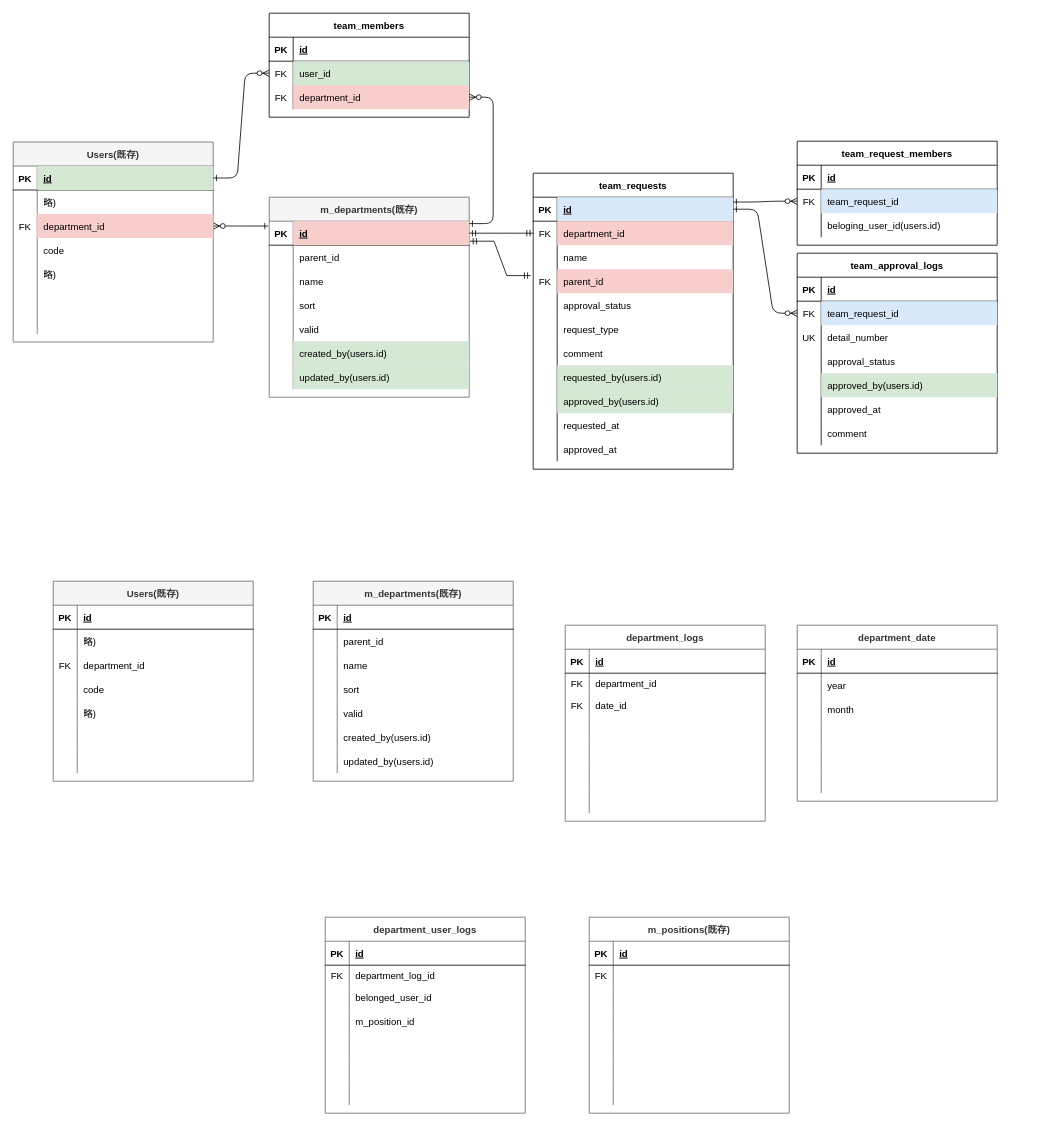
Above: rose.drawio in satohirok/twitter_clone_ER (draw.io), before the change. Source tidied: cells renumbered, new cells numbered last; positions are measured from the earlier drawing's top-left corner, leaving out a move shared by most shapes. Both pictures are drawn from the tidied source at 80%, with x=0, y=0 at pixel (13, -35).
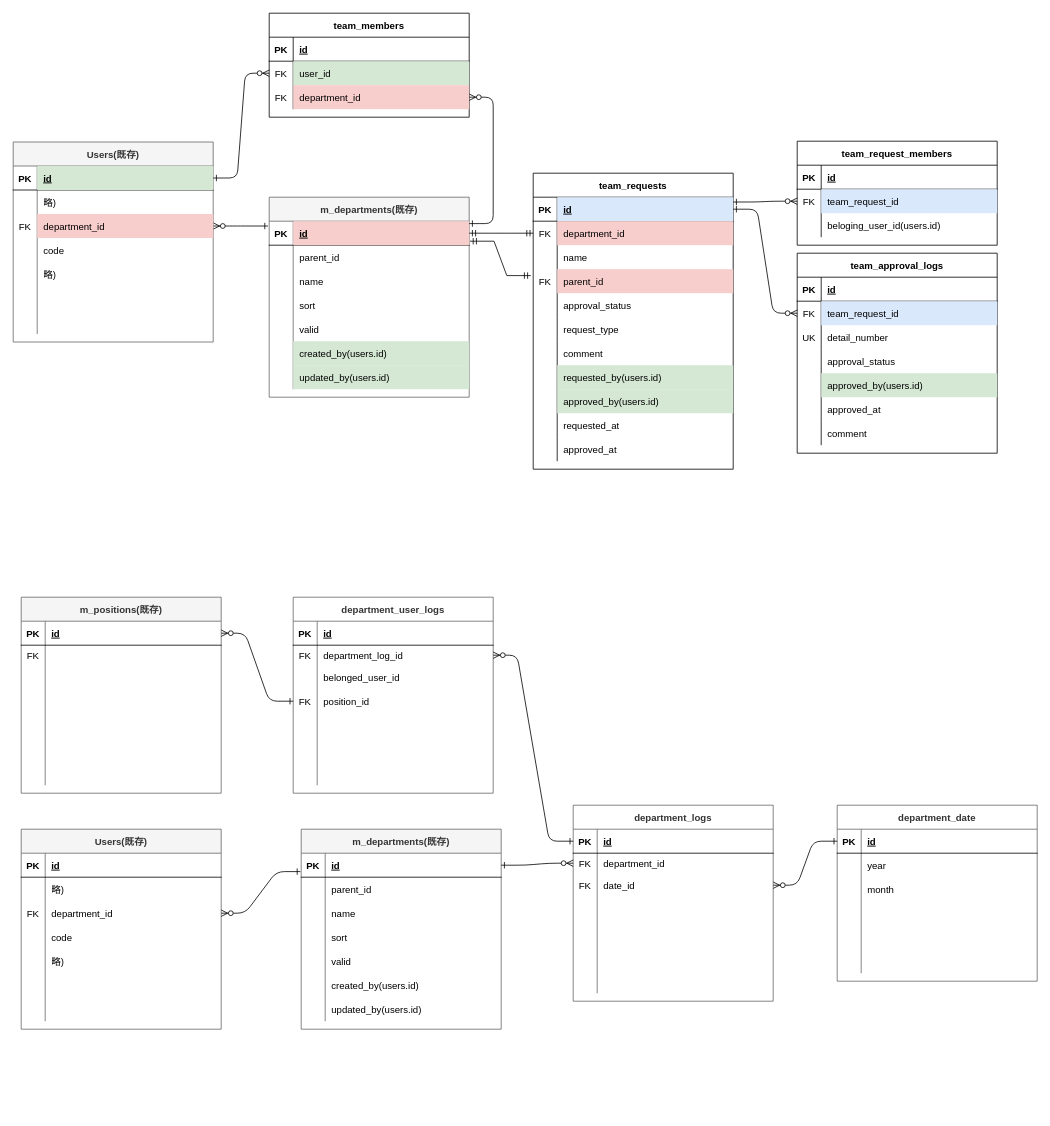
The same page after the edit.

Commit message (it also covers changes not shown here):
rose.drawio を更新します

Unchanged cells that the change refers to:
```xml
<mxCell id="130" style="shape=partialRectangle;fillColor=none;points=[[0,0.5],[1,0.5]];portConstraint=eastwest;top=0;left=0;right=0;bottom=1;" parent="129" vertex="1">
  <mxGeometry y="30" width="250" height="30" as="geometry" />
</mxCell>
<mxCell id="133" style="shape=partialRectangle;fillColor=none;points=[[0,0.5],[1,0.5]];portConstraint=eastwest;top=0;left=0;right=0;bottom=0;" parent="129" vertex="1">
  <mxGeometry y="60" width="250" height="25" as="geometry" />
</mxCell>
<mxCell id="136" style="shape=partialRectangle;fillColor=none;points=[[0,0.5],[1,0.5]];portConstraint=eastwest;top=0;left=0;right=0;bottom=0;" parent="129" vertex="1">
  <mxGeometry y="85" width="250" height="30" as="geometry" />
</mxCell>
<mxCell id="152" style="shape=partialRectangle;fillColor=none;points=[[0,0.5],[1,0.5]];portConstraint=eastwest;top=0;left=0;right=0;bottom=1;" parent="151" vertex="1">
  <mxGeometry y="30" width="250" height="30" as="geometry" />
</mxCell>
<mxCell id="174" style="shape=partialRectangle;fillColor=none;points=[[0,0.5],[1,0.5]];portConstraint=eastwest;top=0;left=0;right=0;bottom=0;" parent="170" vertex="1">
  <mxGeometry y="60" width="250" height="25" as="geometry" />
</mxCell>
<mxCell id="180" style="shape=partialRectangle;fillColor=none;points=[[0,0.5],[1,0.5]];portConstraint=eastwest;top=0;left=0;right=0;bottom=0;" parent="170" vertex="1">
  <mxGeometry y="115" width="250" height="30" as="geometry" />
</mxCell>
<mxCell id="193" style="shape=partialRectangle;fillColor=none;points=[[0,0.5],[1,0.5]];portConstraint=eastwest;top=0;left=0;right=0;bottom=1;" parent="192" vertex="1">
  <mxGeometry y="30" width="250" height="30" as="geometry" />
</mxCell>
<mxCell id="221" style="shape=partialRectangle;fillColor=none;points=[[0,0.5],[1,0.5]];portConstraint=eastwest;top=0;left=0;right=0;bottom=0;" parent="214" vertex="1">
  <mxGeometry y="90" width="250" height="30" as="geometry" />
</mxCell>
<mxCell id="237" style="shape=partialRectangle;fillColor=none;points=[[0,0.5],[1,0.5]];portConstraint=eastwest;top=0;left=0;right=0;bottom=1;" parent="236" vertex="1">
  <mxGeometry y="30" width="250" height="30" as="geometry" />
</mxCell>
```

Change to the diagram source:
```diff
@@
     <mxCell id="129" value="department_logs" style="shape=table;startSize=30;childLayout=tableLayout;rowLines=0;fontStyle=1;align=center;fillColor=none;fontColor=#333333;strokeColor=#666666;" parent="1" vertex="1">
-      <mxGeometry x="690" y="825" width="250" height="245" as="geometry" />
+      <mxGeometry x="700" y="1050" width="250" height="245" as="geometry" />
     </mxCell>
@@
     <mxCell id="151" value="department_date" style="shape=table;startSize=30;childLayout=tableLayout;rowLines=0;fontStyle=1;align=center;fillColor=none;fontColor=#333333;strokeColor=#666666;" parent="1" vertex="1">
-      <mxGeometry x="980" y="825" width="250" height="220" as="geometry" />
+      <mxGeometry x="1030" y="1050" width="250" height="220" as="geometry" />
     </mxCell>
@@
     <mxCell id="170" value="department_user_logs" style="shape=table;startSize=30;childLayout=tableLayout;rowLines=0;fontStyle=1;align=center;fillColor=none;fontColor=#333333;strokeColor=#666666;" parent="1" vertex="1">
-      <mxGeometry x="390" y="1190" width="250" height="245" as="geometry" />
+      <mxGeometry x="350" y="790" width="250" height="245" as="geometry" />
     </mxCell>
@@
-    <mxCell id="181" style="shape=partialRectangle;overflow=hidden;fillColor=none;top=0;left=0;bottom=0;right=0;" parent="180" vertex="1">
+    <mxCell id="181" value="FK" style="shape=partialRectangle;overflow=hidden;fillColor=none;top=0;left=0;bottom=0;right=0;" parent="180" vertex="1">
       <mxGeometry width="30" height="30" as="geometry" />
     </mxCell>
-    <mxCell id="182" value="m_position_id" style="shape=partialRectangle;overflow=hidden;fillColor=none;top=0;left=0;bottom=0;right=0;align=left;spacingLeft=6;" parent="180" vertex="1">
+    <mxCell id="182" value="position_id" style="shape=partialRectangle;overflow=hidden;fillColor=none;top=0;left=0;bottom=0;right=0;align=left;spacingLeft=6;" parent="180" vertex="1">
       <mxGeometry x="30" width="220" height="30" as="geometry" />
     </mxCell>
@@
     <mxCell id="192" value="m_departments(既存)" style="shape=table;startSize=30;childLayout=tableLayout;rowLines=0;fontStyle=1;align=center;fillColor=#f5f5f5;fontColor=#333333;strokeColor=#666666;" parent="1" vertex="1">
-      <mxGeometry x="375" y="770" width="250" height="250" as="geometry" />
+      <mxGeometry x="360" y="1080" width="250" height="250" as="geometry" />
     </mxCell>
@@
     <mxCell id="214" value="Users(既存)" style="shape=table;startSize=30;childLayout=tableLayout;rowLines=0;fontStyle=1;align=center;fillColor=#f5f5f5;fontColor=#333333;strokeColor=#666666;" parent="1" vertex="1">
-      <mxGeometry x="50" y="770" width="250" height="250" as="geometry" />
+      <mxGeometry x="10" y="1080" width="250" height="250" as="geometry" />
     </mxCell>
@@
-    <mxCell id="236" value="m_positions(既存)" style="shape=table;startSize=30;childLayout=tableLayout;rowLines=0;fontStyle=1;align=center;fillColor=none;fontColor=#333333;strokeColor=#666666;" parent="1" vertex="1">
-      <mxGeometry x="720" y="1190" width="250" height="245" as="geometry" />
+    <mxCell id="236" value="m_positions(既存)" style="shape=table;startSize=30;childLayout=tableLayout;rowLines=0;fontStyle=1;align=center;fillColor=#f5f5f5;fontColor=#333333;strokeColor=#666666;" parent="1" vertex="1">
+      <mxGeometry x="10" y="790" width="250" height="245" as="geometry" />
     </mxCell>
@@
+    <mxCell id="258" style="edgeStyle=entityRelationEdgeStyle;endArrow=ERzeroToMany;startArrow=ERone;endFill=1;startFill=0;entryX=1;entryY=0.5;entryDx=0;entryDy=0;exitX=-0.004;exitY=0.767;exitDx=0;exitDy=0;exitPerimeter=0;" parent="1" edge="1" source="193" target="221">
+      <mxGeometry relative="1" as="geometry">
+        <Array as="points">
+          <mxPoint x="290" y="670" />
+        </Array>
+      </mxGeometry>
+    </mxCell>
+    <mxCell id="259" style="edgeStyle=entityRelationEdgeStyle;endArrow=ERzeroToMany;startArrow=ERone;endFill=1;startFill=0;entryX=0;entryY=0.5;entryDx=0;entryDy=0;exitX=1;exitY=0.5;exitDx=0;exitDy=0;" parent="1" edge="1" source="193" target="133">
+      <mxGeometry relative="1" as="geometry">
+        <Array as="points">
+          <mxPoint x="650" y="670" />
+        </Array>
+      </mxGeometry>
+    </mxCell>
+    <mxCell id="260" style="edgeStyle=entityRelationEdgeStyle;endArrow=ERzeroToMany;startArrow=ERone;endFill=1;startFill=0;entryX=1;entryY=0.5;entryDx=0;entryDy=0;exitX=0;exitY=0.5;exitDx=0;exitDy=0;" parent="1" edge="1" source="152" target="136">
+      <mxGeometry relative="1" as="geometry">
+        <Array as="points">
+          <mxPoint x="1070" y="605" />
+        </Array>
+      </mxGeometry>
+    </mxCell>
+    <mxCell id="261" style="edgeStyle=entityRelationEdgeStyle;endArrow=ERzeroToMany;startArrow=ERone;endFill=1;startFill=0;entryX=1;entryY=0.5;entryDx=0;entryDy=0;exitX=0;exitY=0.5;exitDx=0;exitDy=0;" parent="1" edge="1" source="130" target="174">
+      <mxGeometry relative="1" as="geometry">
+        <Array as="points">
+          <mxPoint x="680" y="582" />
+        </Array>
+      </mxGeometry>
+    </mxCell>
+    <mxCell id="262" style="edgeStyle=entityRelationEdgeStyle;endArrow=ERzeroToMany;startArrow=ERone;endFill=1;startFill=0;entryX=1;entryY=0.5;entryDx=0;entryDy=0;" parent="1" edge="1" source="180" target="237">
+      <mxGeometry relative="1" as="geometry">
+        <Array as="points">
+          <mxPoint x="290" y="367" />
+        </Array>
+      </mxGeometry>
+    </mxCell>
```
